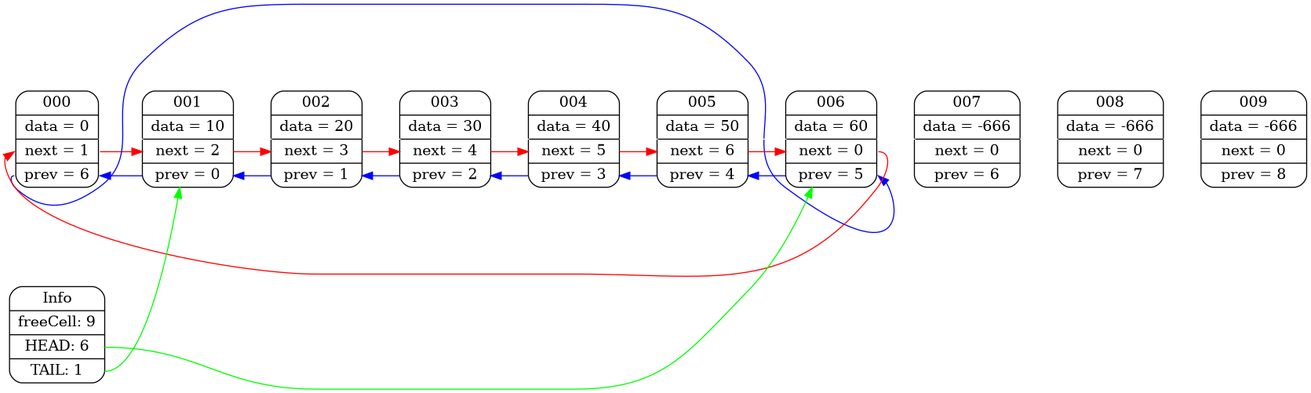
The Graphviz diagram example.png in Matvey787/myArray, before a commit. Its source is kept beside it as example.dot. Its diagram source:
```dot
digraph {
    rankdir=LR;
    overlap=false;
    splines=true;
    nodesep=0.75;
    ranksep=0.5;

    node000 [shape=Mrecord label= " 000 | data = 0 | <n0_n> next = 1 | <n0_p> prev = 6 " ];
    node001 [shape=Mrecord label= " 001 | data = 10 | <n1_n> next = 2 | <n1_p> prev = 0 " ];
    node002 [shape=Mrecord label= " 002 | data = 20 | <n2_n> next = 3 | <n2_p> prev = 1 " ];
    node003 [shape=Mrecord label= " 003 | data = 30 | <n3_n> next = 4 | <n3_p> prev = 2 " ];
    node004 [shape=Mrecord label= " 004 | data = 40 | <n4_n> next = 5 | <n4_p> prev = 3 " ];
    node005 [shape=Mrecord label= " 005 | data = 50 | <n5_n> next = 6 | <n5_p> prev = 4 " ];
    node006 [shape=Mrecord label= " 006 | data = 60 | <n6_n> next = 0 | <n6_p> prev = 5 " ];
    node007 [shape=Mrecord label= " 007 | data = -666 | <n7_n> next = 0 | <n7_p> prev = 6 " ];
    node008 [shape=Mrecord label= " 008 | data = -666 | <n8_n> next = 0 | <n8_p> prev = 7 " ];
    node009 [shape=Mrecord label= " 009 | data = -666 | <n9_n> next = 0 | <n9_p> prev = 8 " ];

    info [shape=Mrecord label= " Info | freeCell: 9 | <info_h> HEAD: 6 | <info_t> TAIL: 1 " ];
    info:<info_h> -> node006 [ color = green; ]
    info:<info_t> -> node001 [ color = green; ]

    node000 -> node001 [ weight = 10; color = white; ]
    node001 -> node002 [ weight = 10; color = white; ]
    node002 -> node003 [ weight = 10; color = white; ]
    node003 -> node004 [ weight = 10; color = white; ]
    node004 -> node005 [ weight = 10; color = white; ]
    node005 -> node006 [ weight = 10; color = white; ]
    node006 -> node007 [ weight = 10; color = white; ]
    node007 -> node008 [ weight = 10; color = white; ]
    node008 -> node009 [ weight = 10; color = white; ]

    edge[color=blue, minlen=2, constraint=false, tailclip=false, headclip=false, ltail=sw, lhead=se]
    node000:<n0_p>:w -> node006:<n6_p>:e [ltail=se, lhead=sw]
    node001:<n1_p>:w -> node000:<n0_p>:e [ltail=se, lhead=sw]
    node002:<n2_p>:w -> node001:<n1_p>:e [ltail=se, lhead=sw]
    node003:<n3_p>:w -> node002:<n2_p>:e [ltail=se, lhead=sw]
    node004:<n4_p>:w -> node003:<n3_p>:e [ltail=se, lhead=sw]
    node005:<n5_p>:w -> node004:<n4_p>:e [ltail=se, lhead=sw]
    node006:<n6_p>:w -> node005:<n5_p>:e [ltail=se, lhead=sw]

    edge[color=red, minlen=2, constraint=false, tailclip=false, headclip=false, ltail=ne, lhead=nw]
    node000:<n0_n>:e -> node001:<n1_n>:w [ltail=nw, lhead=ne]
    node001:<n1_n>:e -> node002:<n2_n>:w [ltail=nw, lhead=ne]
    node002:<n2_n>:e -> node003:<n3_n>:w [ltail=nw, lhead=ne]
    node003:<n3_n>:e -> node004:<n4_n>:w [ltail=nw, lhead=ne]
    node004:<n4_n>:e -> node005:<n5_n>:w [ltail=nw, lhead=ne]
    node005:<n5_n>:e -> node006:<n6_n>:w [ltail=nw, lhead=ne]
    node006:<n6_n>:e -> node000:<n0_n>:w [ltail=nw, lhead=ne]
}
```
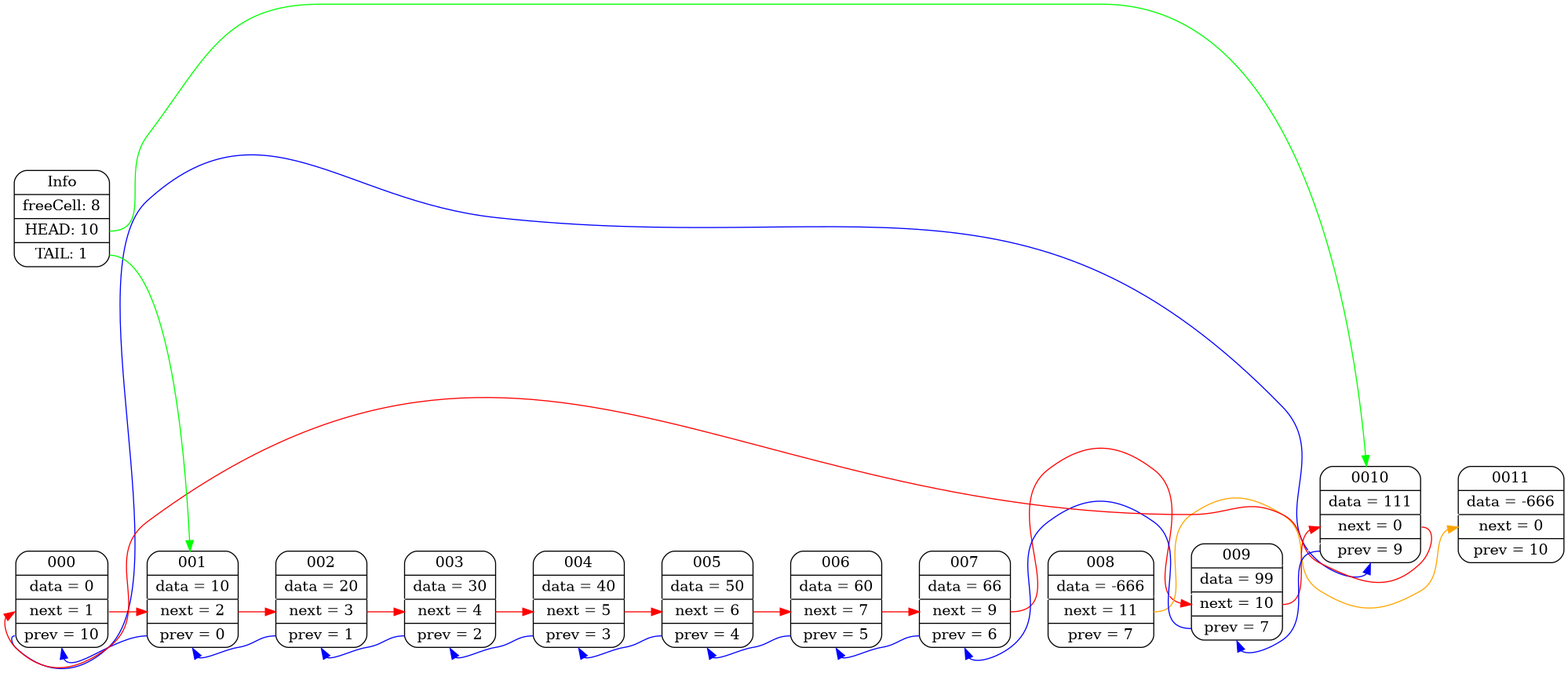
After the commit.

The edit, as a diff of the source:
```diff
@@ -1,50 +1,59 @@
-digraph {
-    rankdir=LR;
-    overlap=false;
-    splines=true;
-    nodesep=0.75;
-    ranksep=0.5;
+digraph
+{
+                    rankdir=LR;
+                    overlap=false;
+                    splines=true;
+                    nodesep=0.75;
+                    ranksep=0.5;
+node000 [shape=Mrecord label= " 000 | data = 0 | <n0_n> next = 1 | <n0_p> prev = 10 " ];
+node001 [shape=Mrecord label= " 001 | data = 10 | <n1_n> next = 2 | <n1_p> prev = 0 " ];
+node002 [shape=Mrecord label= " 002 | data = 20 | <n2_n> next = 3 | <n2_p> prev = 1 " ];
+node003 [shape=Mrecord label= " 003 | data = 30 | <n3_n> next = 4 | <n3_p> prev = 2 " ];
+node004 [shape=Mrecord label= " 004 | data = 40 | <n4_n> next = 5 | <n4_p> prev = 3 " ];
+node005 [shape=Mrecord label= " 005 | data = 50 | <n5_n> next = 6 | <n5_p> prev = 4 " ];
+node006 [shape=Mrecord label= " 006 | data = 60 | <n6_n> next = 7 | <n6_p> prev = 5 " ];
+node007 [shape=Mrecord label= " 007 | data = 66 | <n7_n> next = 9 | <n7_p> prev = 6 " ];
+node008 [shape=Mrecord label= " 008 | data = -666 | <n8_n> next = 11 | <n8_p> prev = 7 " ];
+node009 [shape=Mrecord label= " 009 | data = 99 | <n9_n> next = 10 | <n9_p> prev = 7 " ];
+node0010 [shape=Mrecord label= " 0010 | data = 111 | <n10_n> next = 0 | <n10_p> prev = 9 " ];
+node0011 [shape=Mrecord label= " 0011 | data = -666 | <n11_n> next = 0 | <n11_p> prev = 10 " ];
 
-    node000 [shape=Mrecord label= " 000 | data = 0 | <n0_n> next = 1 | <n0_p> prev = 6 " ];
-    node001 [shape=Mrecord label= " 001 | data = 10 | <n1_n> next = 2 | <n1_p> prev = 0 " ];
-    node002 [shape=Mrecord label= " 002 | data = 20 | <n2_n> next = 3 | <n2_p> prev = 1 " ];
-    node003 [shape=Mrecord label= " 003 | data = 30 | <n3_n> next = 4 | <n3_p> prev = 2 " ];
-    node004 [shape=Mrecord label= " 004 | data = 40 | <n4_n> next = 5 | <n4_p> prev = 3 " ];
-    node005 [shape=Mrecord label= " 005 | data = 50 | <n5_n> next = 6 | <n5_p> prev = 4 " ];
-    node006 [shape=Mrecord label= " 006 | data = 60 | <n6_n> next = 0 | <n6_p> prev = 5 " ];
-    node007 [shape=Mrecord label= " 007 | data = -666 | <n7_n> next = 0 | <n7_p> prev = 6 " ];
-    node008 [shape=Mrecord label= " 008 | data = -666 | <n8_n> next = 0 | <n8_p> prev = 7 " ];
-    node009 [shape=Mrecord label= " 009 | data = -666 | <n9_n> next = 0 | <n9_p> prev = 8 " ];
+info [shape=Mrecord label= " Info | freeCell: 8 | <info_h> HEAD: 10 | <info_t> TAIL: 1 " ];
+info:<info_h> -> node0010 [ color = green; ]
+info:<info_t> -> node001 [ color = green; ]
 
-    info [shape=Mrecord label= " Info | freeCell: 9 | <info_h> HEAD: 6 | <info_t> TAIL: 1 " ];
-    info:<info_h> -> node006 [ color = green; ]
-    info:<info_t> -> node001 [ color = green; ]
+node000 -> node001 [ weight = 1; color = white; ]
+node001 -> node002 [ weight = 1; color = white; ]
+node002 -> node003 [ weight = 1; color = white; ]
+node003 -> node004 [ weight = 1; color = white; ]
+node004 -> node005 [ weight = 1; color = white; ]
+node005 -> node006 [ weight = 1; color = white; ]
+node006 -> node007 [ weight = 1; color = white; ]
+node007 -> node008 [ weight = 1; color = white; ]
+node008 -> node009 [ weight = 1; color = white; ]
+node009 -> node0010 [ weight = 1; color = white; ]
+node0010 -> node0011 [ weight = 1; color = white; ]
 
-    node000 -> node001 [ weight = 10; color = white; ]
-    node001 -> node002 [ weight = 10; color = white; ]
-    node002 -> node003 [ weight = 10; color = white; ]
-    node003 -> node004 [ weight = 10; color = white; ]
-    node004 -> node005 [ weight = 10; color = white; ]
-    node005 -> node006 [ weight = 10; color = white; ]
-    node006 -> node007 [ weight = 10; color = white; ]
-    node007 -> node008 [ weight = 10; color = white; ]
-    node008 -> node009 [ weight = 10; color = white; ]
+node000:<n0_p>:w -> node0010:<n10_p>:s [ color = blue; minlen=2; constraint=false; ]
+node001:<n1_p>:w -> node000:<n0_p>:s [ color = blue; minlen=2; constraint=false; ]
+node002:<n2_p>:w -> node001:<n1_p>:s [ color = blue; minlen=2; constraint=false; ]
+node003:<n3_p>:w -> node002:<n2_p>:s [ color = blue; minlen=2; constraint=false; ]
+node004:<n4_p>:w -> node003:<n3_p>:s [ color = blue; minlen=2; constraint=false; ]
+node005:<n5_p>:w -> node004:<n4_p>:s [ color = blue; minlen=2; constraint=false; ]
+node006:<n6_p>:w -> node005:<n5_p>:s [ color = blue; minlen=2; constraint=false; ]
+node007:<n7_p>:w -> node006:<n6_p>:s [ color = blue; minlen=2; constraint=false; ]
+node009:<n9_p>:w -> node007:<n7_p>:s [ color = blue; minlen=2; constraint=false; ]
+node0010:<n10_p>:w -> node009:<n9_p>:s [ color = blue; minlen=2; constraint=false; ]
 
-    edge[color=blue, minlen=2, constraint=false, tailclip=false, headclip=false, ltail=sw, lhead=se]
-    node000:<n0_p>:w -> node006:<n6_p>:e [ltail=se, lhead=sw]
-    node001:<n1_p>:w -> node000:<n0_p>:e [ltail=se, lhead=sw]
-    node002:<n2_p>:w -> node001:<n1_p>:e [ltail=se, lhead=sw]
-    node003:<n3_p>:w -> node002:<n2_p>:e [ltail=se, lhead=sw]
-    node004:<n4_p>:w -> node003:<n3_p>:e [ltail=se, lhead=sw]
-    node005:<n5_p>:w -> node004:<n4_p>:e [ltail=se, lhead=sw]
-    node006:<n6_p>:w -> node005:<n5_p>:e [ltail=se, lhead=sw]
-
-    edge[color=red, minlen=2, constraint=false, tailclip=false, headclip=false, ltail=ne, lhead=nw]
-    node000:<n0_n>:e -> node001:<n1_n>:w [ltail=nw, lhead=ne]
-    node001:<n1_n>:e -> node002:<n2_n>:w [ltail=nw, lhead=ne]
-    node002:<n2_n>:e -> node003:<n3_n>:w [ltail=nw, lhead=ne]
-    node003:<n3_n>:e -> node004:<n4_n>:w [ltail=nw, lhead=ne]
-    node004:<n4_n>:e -> node005:<n5_n>:w [ltail=nw, lhead=ne]
-    node005:<n5_n>:e -> node006:<n6_n>:w [ltail=nw, lhead=ne]
-    node006:<n6_n>:e -> node000:<n0_n>:w [ltail=nw, lhead=ne]
+node000:<n0_n>:e -> node001:<n1_n>:w [ color = red; minlen=2; constraint=false; ]
+node001:<n1_n>:e -> node002:<n2_n>:w [ color = red; minlen=2; constraint=false; ]
+node002:<n2_n>:e -> node003:<n3_n>:w [ color = red; minlen=2; constraint=false; ]
+node003:<n3_n>:e -> node004:<n4_n>:w [ color = red; minlen=2; constraint=false; ]
+node004:<n4_n>:e -> node005:<n5_n>:w [ color = red; minlen=2; constraint=false; ]
+node005:<n5_n>:e -> node006:<n6_n>:w [ color = red; minlen=2; constraint=false; ]
+node006:<n6_n>:e -> node007:<n7_n>:w [ color = red; minlen=2; constraint=false; ]
+node007:<n7_n>:e -> node009:<n9_n>:w [ color = red; minlen=2; constraint=false; ]
+node008:<n8_n>:e -> node0011:<n11_n>:w [ color = orange; minlen=2; constraint=false; ]
+node009:<n9_n>:e -> node0010:<n10_n>:w [ color = red; minlen=2; constraint=false; ]
+node0010:<n10_n>:e -> node000:<n0_n>:w [ color = red; minlen=2; constraint=false; ]
 }
```
